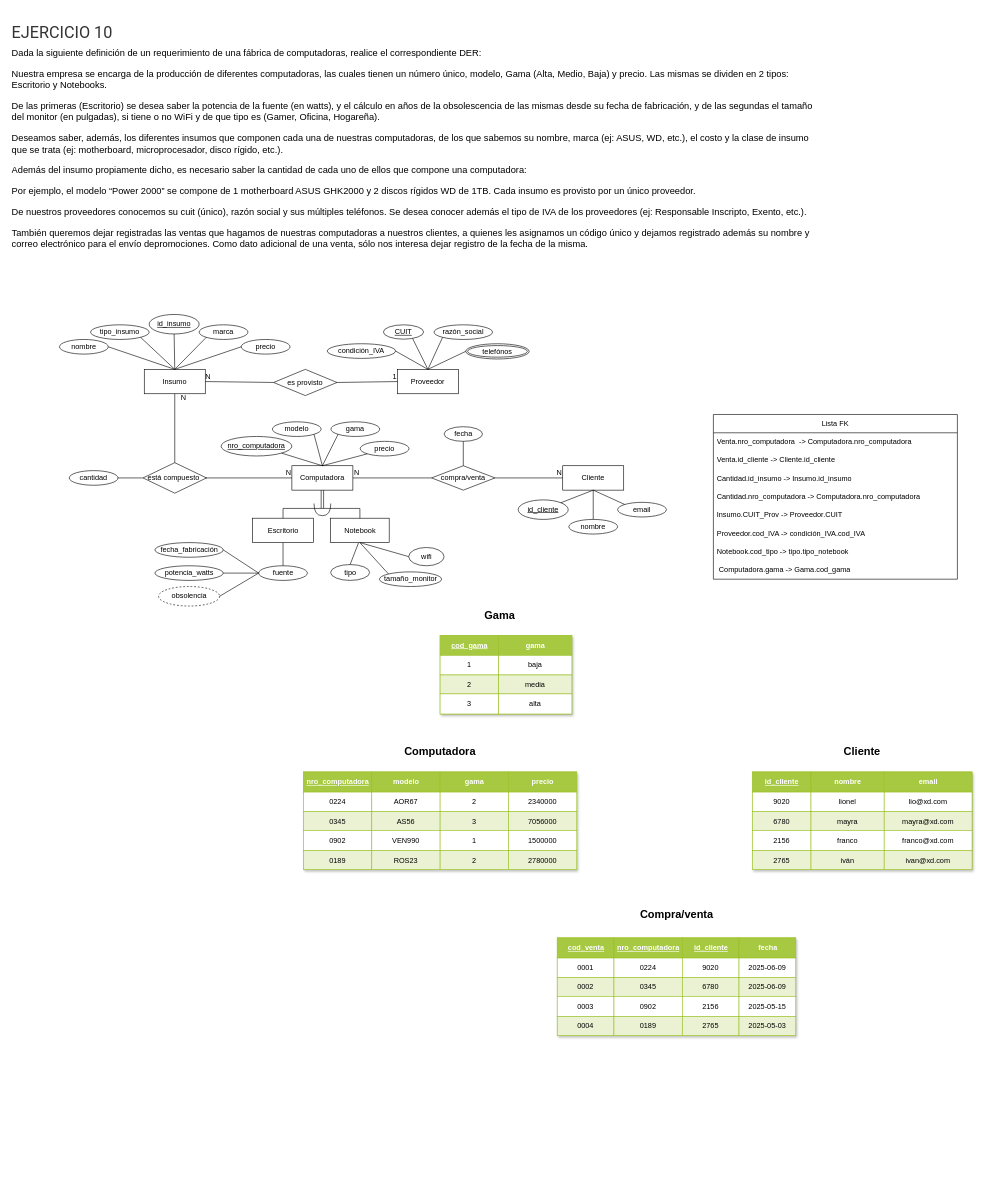
Earlier version of the draw.io diagram Diagramas Relación-Entidad Extendido/ejercicio 10 modelo parcial.drawio (Kevchuuu/Base-de-datos-). Source tidied: cells renumbered, new cells numbered last; positions are measured from the earlier drawing's top-left corner, leaving out a move shared by most shapes. Both pictures are drawn from the tidied source at 61%, with x=0, y=0 at pixel (10, 10).
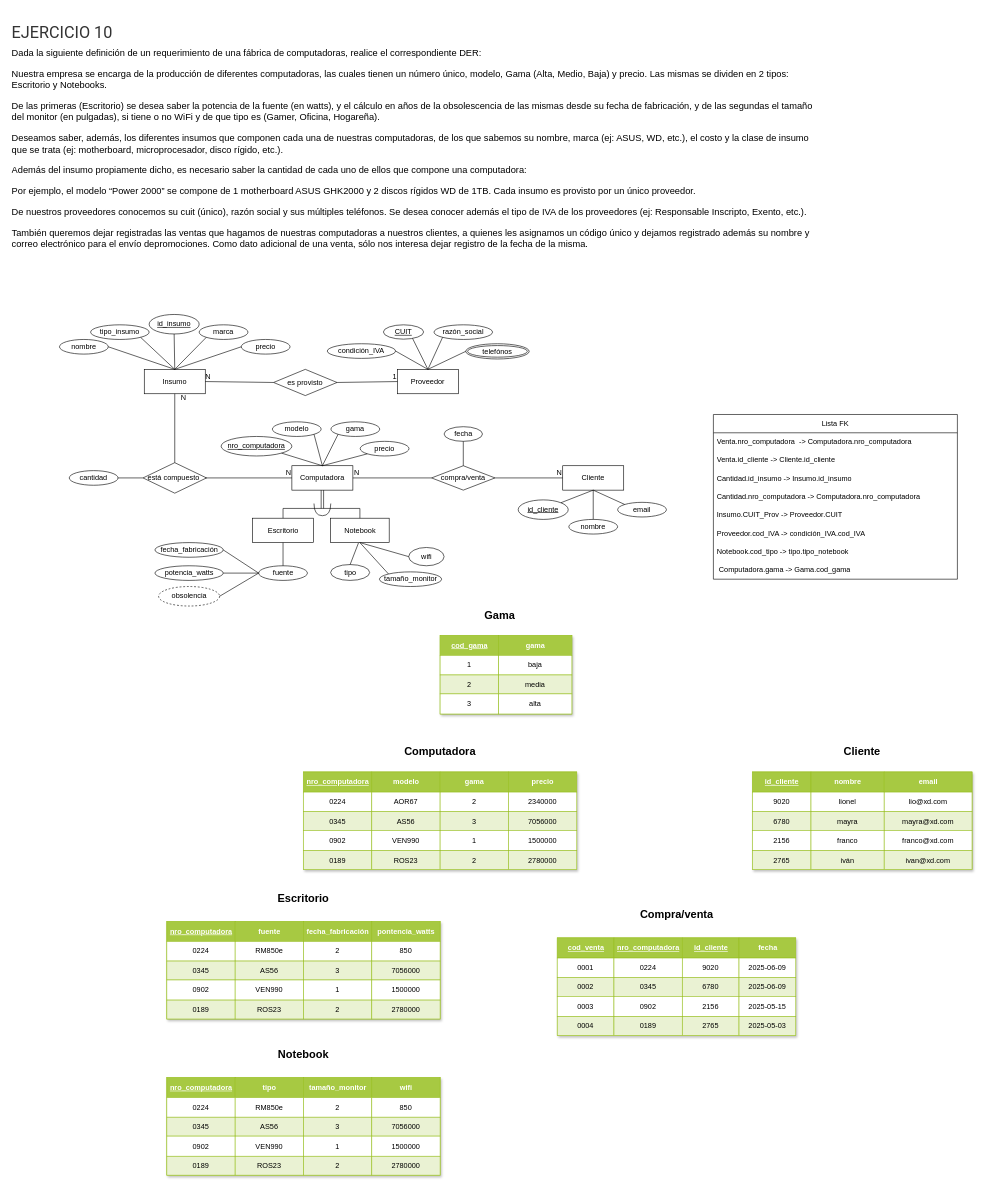
The same page after the edit.

The edit, as a diff of the source:
```diff
@@
+    <mxCell id="178" style="childLayout=tableLayout;strokeColor=#98bf21;fillColor=#A7C942;shadow=1;" parent="1" vertex="1">
+      <mxGeometry x="256" y="1493" width="448" height="160" as="geometry" />
+    </mxCell>
+    <mxCell id="179" style="shape=tableRow;horizontal=0;startSize=0;swimlaneHead=0;swimlaneBody=0;top=0;left=0;bottom=0;right=0;fontStyle=0;strokeColor=inherit;fillColor=#ffffff;" parent="178" vertex="1">
+      <mxGeometry width="448" height="33" as="geometry" />
+    </mxCell>
+    <mxCell id="180" value="&lt;u&gt;nro_computadora&lt;/u&gt;" style="strokeColor=inherit;fillColor=#A7C942;align=center;fontStyle=1;fontColor=#FFFFFF;html=1;" parent="179" vertex="1">
+      <mxGeometry width="112" height="33" as="geometry" />
+    </mxCell>
+    <mxCell id="181" value="fuente" style="strokeColor=inherit;fillColor=#A7C942;align=center;fontStyle=1;fontColor=#FFFFFF;html=1;" parent="179" vertex="1">
+      <mxGeometry x="112" width="112" height="33" as="geometry" />
+    </mxCell>
+    <mxCell id="182" value="fecha_fabricación" style="strokeColor=inherit;fillColor=#A7C942;align=center;fontStyle=1;fontColor=#FFFFFF;html=1;" parent="179" vertex="1">
+      <mxGeometry x="224" width="112" height="33" as="geometry" />
+    </mxCell>
+    <mxCell id="183" value="pontencia_watts" style="strokeColor=inherit;fillColor=#A7C942;align=center;fontStyle=1;fontColor=#FFFFFF;html=1;" parent="179" vertex="1">
+      <mxGeometry x="336" width="112" height="33" as="geometry" />
+    </mxCell>
+    <mxCell id="184" style="shape=tableRow;horizontal=0;startSize=0;swimlaneHead=0;swimlaneBody=0;top=0;left=0;bottom=0;right=0;fontStyle=0;strokeColor=inherit;fillColor=#ffffff;" parent="178" vertex="1">
+      <mxGeometry y="33" width="448" height="32" as="geometry" />
+    </mxCell>
+    <mxCell id="185" value="0224" style="strokeColor=inherit;fillColor=inherit;align=center;whiteSpace=wrap;html=1;" parent="184" vertex="1">
+      <mxGeometry width="112" height="32" as="geometry" />
+    </mxCell>
+    <mxCell id="186" value="RM850e" style="strokeColor=inherit;fillColor=inherit;align=center;whiteSpace=wrap;html=1;" parent="184" vertex="1">
+      <mxGeometry x="112" width="112" height="32" as="geometry" />
+    </mxCell>
+    <mxCell id="187" value="2" style="strokeColor=inherit;fillColor=inherit;align=center;whiteSpace=wrap;html=1;" parent="184" vertex="1">
+      <mxGeometry x="224" width="112" height="32" as="geometry" />
+    </mxCell>
+    <mxCell id="188" value="850" style="strokeColor=inherit;fillColor=inherit;align=center;whiteSpace=wrap;html=1;" parent="184" vertex="1">
+      <mxGeometry x="336" width="112" height="32" as="geometry" />
+    </mxCell>
+    <mxCell id="189" style="shape=tableRow;horizontal=0;startSize=0;swimlaneHead=0;swimlaneBody=0;top=0;left=0;bottom=0;right=0;fontStyle=1;strokeColor=inherit;fillColor=#EAF2D3;" parent="178" vertex="1">
+      <mxGeometry y="65" width="448" height="31" as="geometry" />
+    </mxCell>
+    <mxCell id="190" value="0345" style="strokeColor=inherit;fillColor=inherit;whiteSpace=wrap;html=1;" parent="189" vertex="1">
+      <mxGeometry width="112" height="31" as="geometry" />
+    </mxCell>
+    <mxCell id="191" value="AS56" style="strokeColor=inherit;fillColor=inherit;whiteSpace=wrap;html=1;" parent="189" vertex="1">
+      <mxGeometry x="112" width="112" height="31" as="geometry" />
+    </mxCell>
+    <mxCell id="192" value="3" style="strokeColor=inherit;fillColor=inherit;whiteSpace=wrap;html=1;" parent="189" vertex="1">
+      <mxGeometry x="224" width="112" height="31" as="geometry" />
+    </mxCell>
+    <mxCell id="193" value="7056000" style="strokeColor=inherit;fillColor=inherit;whiteSpace=wrap;html=1;" parent="189" vertex="1">
+      <mxGeometry x="336" width="112" height="31" as="geometry" />
+    </mxCell>
+    <mxCell id="194" style="shape=tableRow;horizontal=0;startSize=0;swimlaneHead=0;swimlaneBody=0;top=0;left=0;bottom=0;right=0;fontStyle=0;strokeColor=inherit;fillColor=#ffffff;" parent="178" vertex="1">
+      <mxGeometry y="96" width="448" height="33" as="geometry" />
+    </mxCell>
+    <mxCell id="195" value="0902" style="strokeColor=inherit;fillColor=inherit;fontStyle=0;align=center;whiteSpace=wrap;html=1;" parent="194" vertex="1">
+      <mxGeometry width="112" height="33" as="geometry" />
+    </mxCell>
+    <mxCell id="196" value="VEN990" style="strokeColor=inherit;fillColor=inherit;fontStyle=0;align=center;whiteSpace=wrap;html=1;" parent="194" vertex="1">
+      <mxGeometry x="112" width="112" height="33" as="geometry" />
+    </mxCell>
+    <mxCell id="197" value="1" style="strokeColor=inherit;fillColor=inherit;fontStyle=0;align=center;whiteSpace=wrap;html=1;" parent="194" vertex="1">
+      <mxGeometry x="224" width="112" height="33" as="geometry" />
+    </mxCell>
+    <mxCell id="198" value="1500000" style="strokeColor=inherit;fillColor=inherit;fontStyle=0;align=center;whiteSpace=wrap;html=1;" parent="194" vertex="1">
+      <mxGeometry x="336" width="112" height="33" as="geometry" />
+    </mxCell>
+    <mxCell id="199" style="shape=tableRow;horizontal=0;startSize=0;swimlaneHead=0;swimlaneBody=0;top=0;left=0;bottom=0;right=0;fontStyle=1;strokeColor=inherit;fillColor=#EAF2D3;" parent="178" vertex="1">
+      <mxGeometry y="129" width="448" height="31" as="geometry" />
+    </mxCell>
+    <mxCell id="200" value="0189" style="strokeColor=inherit;fillColor=inherit;whiteSpace=wrap;html=1;" parent="199" vertex="1">
+      <mxGeometry width="112" height="31" as="geometry" />
+    </mxCell>
+    <mxCell id="201" value="ROS23" style="strokeColor=inherit;fillColor=inherit;whiteSpace=wrap;html=1;" parent="199" vertex="1">
+      <mxGeometry x="112" width="112" height="31" as="geometry" />
+    </mxCell>
+    <mxCell id="202" value="2" style="strokeColor=inherit;fillColor=inherit;whiteSpace=wrap;html=1;" parent="199" vertex="1">
+      <mxGeometry x="224" width="112" height="31" as="geometry" />
+    </mxCell>
+    <mxCell id="203" value="2780000" style="strokeColor=inherit;fillColor=inherit;whiteSpace=wrap;html=1;" parent="199" vertex="1">
+      <mxGeometry x="336" width="112" height="31" as="geometry" />
+    </mxCell>
+    <mxCell id="204" value="&lt;span style=&quot;font-size: 18px;&quot;&gt;&lt;b&gt;Escritorio&lt;/b&gt;&lt;/span&gt;" style="text;html=1;whiteSpace=wrap;strokeColor=none;fillColor=none;align=center;verticalAlign=middle;rounded=0;" parent="1" vertex="1">
+      <mxGeometry x="433" y="1440" width="94" height="30" as="geometry" />
+    </mxCell>
+    <mxCell id="205" style="childLayout=tableLayout;strokeColor=#98bf21;fillColor=#A7C942;shadow=1;" parent="1" vertex="1">
+      <mxGeometry x="256" y="1749" width="448" height="160" as="geometry" />
+    </mxCell>
+    <mxCell id="206" style="shape=tableRow;horizontal=0;startSize=0;swimlaneHead=0;swimlaneBody=0;top=0;left=0;bottom=0;right=0;fontStyle=0;strokeColor=inherit;fillColor=#ffffff;" parent="205" vertex="1">
+      <mxGeometry width="448" height="33" as="geometry" />
+    </mxCell>
+    <mxCell id="207" value="&lt;u&gt;nro_computadora&lt;/u&gt;" style="strokeColor=inherit;fillColor=#A7C942;align=center;fontStyle=1;fontColor=#FFFFFF;html=1;" parent="206" vertex="1">
+      <mxGeometry width="112" height="33" as="geometry" />
+    </mxCell>
+    <mxCell id="208" value="tipo" style="strokeColor=inherit;fillColor=#A7C942;align=center;fontStyle=1;fontColor=#FFFFFF;html=1;" parent="206" vertex="1">
+      <mxGeometry x="112" width="112" height="33" as="geometry" />
+    </mxCell>
+    <mxCell id="209" value="tamaño_monitor" style="strokeColor=inherit;fillColor=#A7C942;align=center;fontStyle=1;fontColor=#FFFFFF;html=1;" parent="206" vertex="1">
+      <mxGeometry x="224" width="112" height="33" as="geometry" />
+    </mxCell>
+    <mxCell id="210" value="wifi" style="strokeColor=inherit;fillColor=#A7C942;align=center;fontStyle=1;fontColor=#FFFFFF;html=1;" parent="206" vertex="1">
+      <mxGeometry x="336" width="112" height="33" as="geometry" />
+    </mxCell>
+    <mxCell id="211" style="shape=tableRow;horizontal=0;startSize=0;swimlaneHead=0;swimlaneBody=0;top=0;left=0;bottom=0;right=0;fontStyle=0;strokeColor=inherit;fillColor=#ffffff;" parent="205" vertex="1">
+      <mxGeometry y="33" width="448" height="32" as="geometry" />
+    </mxCell>
+    <mxCell id="212" value="0224" style="strokeColor=inherit;fillColor=inherit;align=center;whiteSpace=wrap;html=1;" parent="211" vertex="1">
+      <mxGeometry width="112" height="32" as="geometry" />
+    </mxCell>
+    <mxCell id="213" value="RM850e" style="strokeColor=inherit;fillColor=inherit;align=center;whiteSpace=wrap;html=1;" parent="211" vertex="1">
+      <mxGeometry x="112" width="112" height="32" as="geometry" />
+    </mxCell>
+    <mxCell id="214" value="2" style="strokeColor=inherit;fillColor=inherit;align=center;whiteSpace=wrap;html=1;" parent="211" vertex="1">
+      <mxGeometry x="224" width="112" height="32" as="geometry" />
+    </mxCell>
+    <mxCell id="215" value="850" style="strokeColor=inherit;fillColor=inherit;align=center;whiteSpace=wrap;html=1;" parent="211" vertex="1">
+      <mxGeometry x="336" width="112" height="32" as="geometry" />
+    </mxCell>
+    <mxCell id="216" style="shape=tableRow;horizontal=0;startSize=0;swimlaneHead=0;swimlaneBody=0;top=0;left=0;bottom=0;right=0;fontStyle=1;strokeColor=inherit;fillColor=#EAF2D3;" parent="205" vertex="1">
+      <mxGeometry y="65" width="448" height="31" as="geometry" />
+    </mxCell>
+    <mxCell id="217" value="0345" style="strokeColor=inherit;fillColor=inherit;whiteSpace=wrap;html=1;" parent="216" vertex="1">
+      <mxGeometry width="112" height="31" as="geometry" />
+    </mxCell>
+    <mxCell id="218" value="AS56" style="strokeColor=inherit;fillColor=inherit;whiteSpace=wrap;html=1;" parent="216" vertex="1">
+      <mxGeometry x="112" width="112" height="31" as="geometry" />
+    </mxCell>
+    <mxCell id="219" value="3" style="strokeColor=inherit;fillColor=inherit;whiteSpace=wrap;html=1;" parent="216" vertex="1">
+      <mxGeometry x="224" width="112" height="31" as="geometry" />
+    </mxCell>
+    <mxCell id="220" value="7056000" style="strokeColor=inherit;fillColor=inherit;whiteSpace=wrap;html=1;" parent="216" vertex="1">
+      <mxGeometry x="336" width="112" height="31" as="geometry" />
+    </mxCell>
+    <mxCell id="221" style="shape=tableRow;horizontal=0;startSize=0;swimlaneHead=0;swimlaneBody=0;top=0;left=0;bottom=0;right=0;fontStyle=0;strokeColor=inherit;fillColor=#ffffff;" parent="205" vertex="1">
+      <mxGeometry y="96" width="448" height="33" as="geometry" />
+    </mxCell>
+    <mxCell id="222" value="0902" style="strokeColor=inherit;fillColor=inherit;fontStyle=0;align=center;whiteSpace=wrap;html=1;" parent="221" vertex="1">
+      <mxGeometry width="112" height="33" as="geometry" />
+    </mxCell>
+    <mxCell id="223" value="VEN990" style="strokeColor=inherit;fillColor=inherit;fontStyle=0;align=center;whiteSpace=wrap;html=1;" parent="221" vertex="1">
+      <mxGeometry x="112" width="112" height="33" as="geometry" />
+    </mxCell>
+    <mxCell id="224" value="1" style="strokeColor=inherit;fillColor=inherit;fontStyle=0;align=center;whiteSpace=wrap;html=1;" parent="221" vertex="1">
+      <mxGeometry x="224" width="112" height="33" as="geometry" />
+    </mxCell>
+    <mxCell id="225" value="1500000" style="strokeColor=inherit;fillColor=inherit;fontStyle=0;align=center;whiteSpace=wrap;html=1;" parent="221" vertex="1">
+      <mxGeometry x="336" width="112" height="33" as="geometry" />
+    </mxCell>
+    <mxCell id="226" style="shape=tableRow;horizontal=0;startSize=0;swimlaneHead=0;swimlaneBody=0;top=0;left=0;bottom=0;right=0;fontStyle=1;strokeColor=inherit;fillColor=#EAF2D3;" parent="205" vertex="1">
+      <mxGeometry y="129" width="448" height="31" as="geometry" />
+    </mxCell>
+    <mxCell id="227" value="0189" style="strokeColor=inherit;fillColor=inherit;whiteSpace=wrap;html=1;" parent="226" vertex="1">
+      <mxGeometry width="112" height="31" as="geometry" />
+    </mxCell>
+    <mxCell id="228" value="ROS23" style="strokeColor=inherit;fillColor=inherit;whiteSpace=wrap;html=1;" parent="226" vertex="1">
+      <mxGeometry x="112" width="112" height="31" as="geometry" />
+    </mxCell>
+    <mxCell id="229" value="2" style="strokeColor=inherit;fillColor=inherit;whiteSpace=wrap;html=1;" parent="226" vertex="1">
+      <mxGeometry x="224" width="112" height="31" as="geometry" />
+    </mxCell>
+    <mxCell id="230" value="2780000" style="strokeColor=inherit;fillColor=inherit;whiteSpace=wrap;html=1;" parent="226" vertex="1">
+      <mxGeometry x="336" width="112" height="31" as="geometry" />
+    </mxCell>
+    <mxCell id="231" value="&lt;font style=&quot;font-size: 18px;&quot;&gt;&lt;b&gt;Notebook&lt;/b&gt;&lt;/font&gt;" style="text;html=1;whiteSpace=wrap;strokeColor=none;fillColor=none;align=center;verticalAlign=middle;rounded=0;" parent="1" vertex="1">
+      <mxGeometry x="433" y="1696" width="94" height="30" as="geometry" />
+    </mxCell>
```
